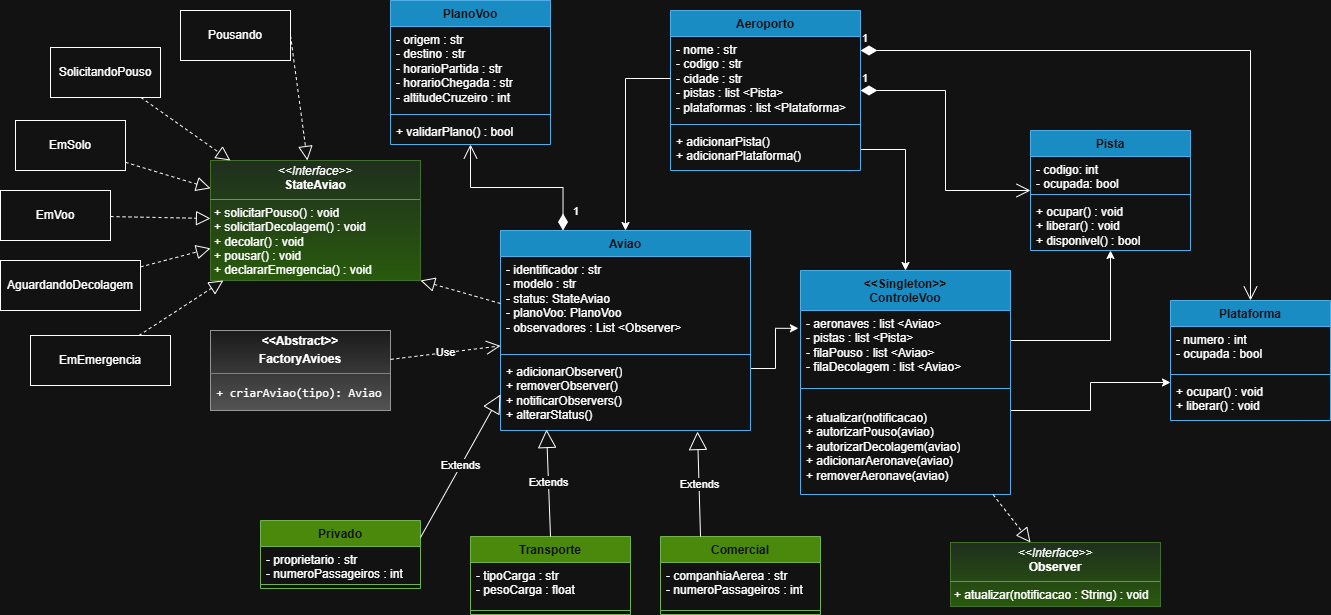
Before: docs/uml.png, a diagram exported from draw.io (Rafael-Dpaula/Sistema-de-Gerenciamento-de-Trafego-Aeroportuario). Source tidied: cells renumbered, new cells last; positions are measured from the earlier drawing's top-left corner, leaving out a move shared by most shapes.
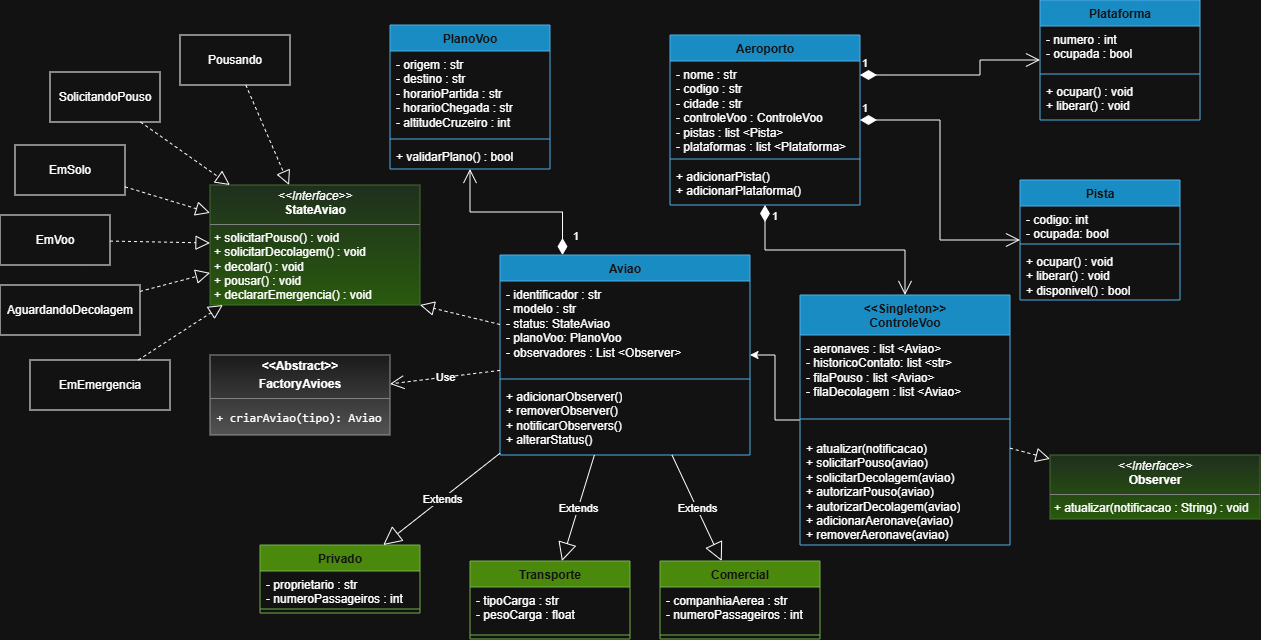
Later version of the same file.

Commit message:
Pequenas mudanças no UML

The edit, as a diff of the source:
```diff
@@ -4,20 +4,14 @@
     <mxCell id="1" parent="0" />
-    <mxCell id="2" style="edgeStyle=orthogonalEdgeStyle;rounded=0;jettySize=auto;html=1;entryX=0.5;entryY=0;entryDx=0;entryDy=0;exitX=1;exitY=0.5;exitDx=0;exitDy=0;" parent="1" edge="1" source="6" target="18">
-      <mxGeometry relative="1" as="geometry" />
-    </mxCell>
     <mxCell id="3" value="Aeroporto&lt;div&gt;&lt;br&gt;&lt;/div&gt;" style="swimlane;fontStyle=1;align=center;verticalAlign=top;horizontal=1;startSize=26;whiteSpace=wrap;html=1;fillColor=#1ba1e2;fontColor=#ffffff;strokeColor=#006EAF;" parent="1" vertex="1">
-      <mxGeometry x="670" y="10" width="190" height="160" as="geometry" />
+      <mxGeometry x="670" y="10" width="190" height="170" as="geometry" />
     </mxCell>
-    <mxCell id="4" value="&lt;div&gt;- nome : str&lt;/div&gt;&lt;div&gt;- codigo : str&lt;/div&gt;&lt;div&gt;- cidade : str&lt;/div&gt;&lt;div&gt;- pistas : list &amp;lt;Pista&amp;gt;&lt;/div&gt;&lt;div&gt;- plataformas : list &amp;lt;Plataforma&amp;gt;&lt;/div&gt;" style="text;strokeColor=none;fillColor=none;align=left;verticalAlign=top;spacingLeft=4;spacingRight=4;overflow=hidden;points=[[0,0.5],[1,0.5]];portConstraint=eastwest;whiteSpace=wrap;html=1;" parent="3" vertex="1">
-      <mxGeometry y="26" width="190" height="84" as="geometry" />
-    </mxCell>
-    <mxCell id="5" style="line;strokeWidth=1;fillColor=none;align=left;verticalAlign=middle;spacingTop=-1;spacingLeft=3;spacingRight=3;labelPosition=right;strokeColor=inherit;" parent="3" vertex="1">
-      <mxGeometry y="110" width="190" height="8" as="geometry" />
-    </mxCell>
+    <mxCell id="64" value="&lt;div&gt;- nome : str&lt;/div&gt;&lt;div&gt;- codigo : str&lt;/div&gt;&lt;div&gt;- cidade : str&lt;/div&gt;&lt;div&gt;- controleVoo : ControleVoo&lt;/div&gt;&lt;div&gt;- pistas : list &amp;lt;Pista&amp;gt;&lt;/div&gt;&lt;div&gt;- plataformas : list &amp;lt;Plataforma&amp;gt;&lt;/div&gt;" style="text;strokeColor=none;fillColor=none;align=left;verticalAlign=top;spacingLeft=4;spacingRight=4;overflow=hidden;whiteSpace=wrap;html=1;" parent="3" vertex="1">
+      <mxGeometry y="26" width="190" height="94" as="geometry" />
+    </mxCell>
+    <mxCell id="65" style="line;strokeWidth=1;fillColor=none;align=left;verticalAlign=middle;spacingTop=-1;spacingLeft=3;spacingRight=3;labelPosition=right;strokeColor=inherit;" parent="3" vertex="1">
+      <mxGeometry y="120" width="190" height="8" as="geometry" />
+    </mxCell>
     <mxCell id="6" value="&lt;div&gt;+ adicionarPista()&lt;/div&gt;&lt;div&gt;+ adicionarPlataforma()&lt;/div&gt;" style="text;strokeColor=none;fillColor=none;align=left;verticalAlign=top;spacingLeft=4;spacingRight=4;overflow=hidden;points=[[0,0.5],[1,0.5]];portConstraint=eastwest;whiteSpace=wrap;html=1;" parent="3" vertex="1">
-      <mxGeometry y="118" width="190" height="42" as="geometry" />
+      <mxGeometry y="128" width="190" height="42" as="geometry" />
     </mxCell>
-    <mxCell id="7" style="edgeStyle=orthogonalEdgeStyle;rounded=0;jettySize=auto;html=1;exitX=1;exitY=0.139;exitDx=0;exitDy=0;exitPerimeter=0;entryX=-0.01;entryY=0.241;entryDx=0;entryDy=0;entryPerimeter=0;" parent="1" edge="1" source="11" target="19">
-      <mxGeometry relative="1" as="geometry" />
-    </mxCell>
     <mxCell id="8" value="Aviao&lt;div&gt;&lt;br&gt;&lt;/div&gt;" style="swimlane;fontStyle=1;align=center;verticalAlign=top;horizontal=1;startSize=26;whiteSpace=wrap;html=1;fillColor=#1ba1e2;fontColor=#ffffff;strokeColor=#006EAF;" parent="1" vertex="1">
@@ -46,29 +40,17 @@
     </mxCell>
-    <mxCell id="16" style="edgeStyle=orthogonalEdgeStyle;rounded=0;jettySize=auto;html=1;" parent="1" edge="1" source="18" target="41">
-      <mxGeometry relative="1" as="geometry">
-        <Array as="points">
-          <mxPoint x="1110" y="340" />
-        </Array>
-      </mxGeometry>
-    </mxCell>
-    <mxCell id="17" style="edgeStyle=orthogonalEdgeStyle;rounded=0;jettySize=auto;html=1;" parent="1" edge="1" source="18" target="35">
-      <mxGeometry relative="1" as="geometry">
-        <Array as="points">
-          <mxPoint x="1090" y="410" />
-          <mxPoint x="1090" y="382" />
-        </Array>
-      </mxGeometry>
-    </mxCell>
+    <mxCell id="66" style="edgeStyle=orthogonalEdgeStyle;rounded=0;jettySize=auto;html=1;" parent="1" edge="1" source="18" target="8">
+      <mxGeometry relative="1" as="geometry" />
+    </mxCell>
     <mxCell id="18" value="&lt;div&gt;&amp;lt;&amp;lt;Singleton&amp;gt;&amp;gt;&lt;/div&gt;&lt;div&gt;ControleVoo&lt;/div&gt;" style="swimlane;fontStyle=1;align=center;verticalAlign=top;horizontal=1;startSize=40;whiteSpace=wrap;html=1;fillColor=#1ba1e2;fontColor=#ffffff;strokeColor=#006EAF;" parent="1" vertex="1">
-      <mxGeometry x="800" y="270" width="210" height="224" as="geometry" />
+      <mxGeometry x="800" y="270" width="210" height="250" as="geometry" />
     </mxCell>
-    <mxCell id="19" value="&lt;div&gt;- aeronaves : list &amp;lt;Aviao&amp;gt;&lt;/div&gt;&lt;div&gt;- pistas : list &amp;lt;Pista&amp;gt;&lt;/div&gt;&lt;div&gt;- filaPouso : list &amp;lt;Aviao&amp;gt;&lt;/div&gt;&lt;div&gt;- filaDecolagem : list &amp;lt;Aviao&amp;gt;&lt;/div&gt;" style="text;strokeColor=none;fillColor=none;align=left;verticalAlign=top;spacingLeft=4;spacingRight=4;overflow=hidden;points=[[0,0.5],[1,0.5]];portConstraint=eastwest;whiteSpace=wrap;html=1;" parent="18" vertex="1">
-      <mxGeometry y="40" width="210" height="74" as="geometry" />
-    </mxCell>
-    <mxCell id="20" style="line;strokeWidth=1;fillColor=none;align=left;verticalAlign=middle;spacingTop=-1;spacingLeft=3;spacingRight=3;labelPosition=right;strokeColor=inherit;" parent="18" vertex="1">
-      <mxGeometry y="114" width="210" height="8" as="geometry" />
-    </mxCell>
-    <mxCell id="21" value="&lt;pre class=&quot;overflow-visible! px-0!&quot;&gt;&lt;div class=&quot;relative w-full mt-4 mb-1&quot;&gt;&lt;div class=&quot;&quot;&gt;&lt;div class=&quot;relative&quot;&gt;&lt;div class=&quot;h-full min-h-0 min-w-0&quot;&gt;&lt;div class=&quot;h-full min-h-0 min-w-0&quot;&gt;&lt;div class=&quot;border border-token-border-light border-radius-3xl corner-superellipse/1.1 rounded-3xl&quot;&gt;&lt;div class=&quot;h-full w-full border-radius-3xl bg-token-bg-elevated-secondary corner-superellipse/1.1 overflow-clip rounded-3xl lxnfua_clipPathFallback&quot;&gt;&lt;div class=&quot;relative&quot;&gt;&lt;div class=&quot;pe-11 pt-3&quot;&gt;&lt;div class=&quot;relative z-0 flex max-w-full&quot;&gt;&lt;div id=&quot;code-block-viewer&quot; dir=&quot;ltr&quot; class=&quot;q9tKkq_viewer cm-editor z-10 light:cm-light dark:cm-light flex h-full w-full flex-col items-stretch ͼs ͼ16&quot;&gt;&lt;div class=&quot;cm-scroller&quot;&gt;&lt;pre class=&quot;cm-content q9tKkq_readonly m-0&quot;&gt;&lt;font face=&quot;Helvetica&quot;&gt;+ atualizar(notificacao)&lt;br/&gt;+ autorizarPouso(aviao)&lt;br/&gt;+ autorizarDecolagem(aviao)&lt;br/&gt;+ adicionarAeronave(aviao)&lt;br/&gt;+ removerAeronave(aviao)&lt;/font&gt;&lt;/pre&gt;&lt;/div&gt;&lt;/div&gt;&lt;/div&gt;&lt;/div&gt;&lt;/div&gt;&lt;/div&gt;&lt;/div&gt;&lt;/div&gt;&lt;/div&gt;&lt;/div&gt;&lt;/div&gt;&lt;/div&gt;&lt;/pre&gt;" style="text;strokeColor=none;fillColor=none;align=left;verticalAlign=top;spacingLeft=4;spacingRight=4;overflow=hidden;whiteSpace=wrap;html=1;" parent="18" vertex="1">
-      <mxGeometry y="122" width="210" height="102" as="geometry" />
-    </mxCell>
+    <mxCell id="67" value="&lt;div&gt;&lt;span style=&quot;background-color: transparent; color: light-dark(rgb(0, 0, 0), rgb(255, 255, 255));&quot;&gt;- aeronaves : list &amp;lt;Aviao&amp;gt;&lt;/span&gt;&lt;/div&gt;&lt;div&gt;- historicoContato: list &amp;lt;str&amp;gt;&lt;/div&gt;&lt;div&gt;- filaPouso : list &amp;lt;Aviao&amp;gt;&lt;/div&gt;&lt;div&gt;- filaDecolagem : list &amp;lt;Aviao&amp;gt;&lt;/div&gt;" style="text;strokeColor=none;fillColor=none;align=left;verticalAlign=top;spacingLeft=4;spacingRight=4;overflow=hidden;whiteSpace=wrap;html=1;" parent="18" vertex="1">
+      <mxGeometry y="40" width="210" height="80" as="geometry" />
+    </mxCell>
+    <mxCell id="68" style="line;strokeWidth=1;fillColor=none;align=left;verticalAlign=middle;spacingTop=-1;spacingLeft=3;spacingRight=3;labelPosition=right;strokeColor=inherit;" parent="18" vertex="1">
+      <mxGeometry y="120" width="210" height="8" as="geometry" />
+    </mxCell>
+    <mxCell id="69" value="&lt;pre class=&quot;overflow-visible! px-0!&quot;&gt;&lt;div class=&quot;relative w-full mt-4 mb-1&quot;&gt;&lt;div class=&quot;&quot;&gt;&lt;div class=&quot;relative&quot;&gt;&lt;div class=&quot;h-full min-h-0 min-w-0&quot;&gt;&lt;div class=&quot;h-full min-h-0 min-w-0&quot;&gt;&lt;div class=&quot;border border-token-border-light border-radius-3xl corner-superellipse/1.1 rounded-3xl&quot;&gt;&lt;div class=&quot;h-full w-full border-radius-3xl bg-token-bg-elevated-secondary corner-superellipse/1.1 overflow-clip rounded-3xl lxnfua_clipPathFallback&quot;&gt;&lt;div class=&quot;relative&quot;&gt;&lt;div class=&quot;pe-11 pt-3&quot;&gt;&lt;div class=&quot;relative z-0 flex max-w-full&quot;&gt;&lt;div id=&quot;code-block-viewer&quot; dir=&quot;ltr&quot; class=&quot;q9tKkq_viewer cm-editor z-10 light:cm-light dark:cm-light flex h-full w-full flex-col items-stretch ͼs ͼ16&quot;&gt;&lt;div class=&quot;cm-scroller&quot;&gt;&lt;pre class=&quot;cm-content q9tKkq_readonly m-0&quot;&gt;&lt;font face=&quot;Helvetica&quot;&gt;+ atualizar(notificacao)&lt;br&gt;+ solicitarPouso(aviao)&lt;br&gt;+ solicitarDecolagem(aviao)&lt;br&gt;+ autorizarPouso(aviao)&lt;br&gt;+ autorizarDecolagem(aviao)&lt;br&gt;+ adicionarAeronave(aviao)&lt;br&gt;+ removerAeronave(aviao)&lt;/font&gt;&lt;/pre&gt;&lt;/div&gt;&lt;/div&gt;&lt;/div&gt;&lt;/div&gt;&lt;/div&gt;&lt;/div&gt;&lt;/div&gt;&lt;/div&gt;&lt;/div&gt;&lt;/div&gt;&lt;/div&gt;&lt;/div&gt;&lt;/pre&gt;" style="text;strokeColor=none;fillColor=none;align=left;verticalAlign=top;spacingLeft=4;spacingRight=4;overflow=hidden;whiteSpace=wrap;html=1;" parent="18" vertex="1">
+      <mxGeometry y="128" width="210" height="122" as="geometry" />
+    </mxCell>
     <mxCell id="22" value="Comercial" style="swimlane;fontStyle=1;align=center;verticalAlign=top;horizontal=1;startSize=26;whiteSpace=wrap;html=1;fillColor=#60a917;fontColor=#ffffff;strokeColor=#2D7600;" parent="1" vertex="1">
@@ -79,8 +61,5 @@
     </mxCell>
-    <mxCell id="24" style="line;strokeWidth=1;fillColor=none;align=left;verticalAlign=middle;spacingTop=-1;spacingLeft=3;spacingRight=3;labelPosition=right;strokeColor=inherit;" parent="22" vertex="1">
-      <mxGeometry y="70" width="160" height="8" as="geometry" />
-    </mxCell>
-    <mxCell id="25" style="edgeStyle=orthogonalEdgeStyle;rounded=0;jettySize=auto;html=1;entryX=0.5;entryY=0;entryDx=0;entryDy=0;" parent="1" edge="1" source="4" target="8">
-      <mxGeometry relative="1" as="geometry" />
-    </mxCell>
+    <mxCell id="70" style="line;strokeWidth=1;fillColor=none;align=left;verticalAlign=middle;spacingTop=-1;spacingLeft=3;spacingRight=3;labelPosition=right;strokeColor=inherit;" parent="22" vertex="1">
+      <mxGeometry y="70" width="160" height="8" as="geometry" />
+    </mxCell>
     <mxCell id="26" value="Privado" style="swimlane;fontStyle=1;align=center;verticalAlign=top;horizontal=1;startSize=26;whiteSpace=wrap;html=1;fillColor=#60a917;fontColor=#ffffff;strokeColor=#2D7600;" parent="1" vertex="1">
@@ -91,5 +70,5 @@
     </mxCell>
-    <mxCell id="28" style="line;strokeWidth=1;fillColor=none;align=left;verticalAlign=middle;spacingTop=-1;spacingLeft=3;spacingRight=3;labelPosition=right;strokeColor=inherit;" parent="26" vertex="1">
-      <mxGeometry y="60" width="160" height="8" as="geometry" />
-    </mxCell>
+    <mxCell id="71" style="line;strokeWidth=1;fillColor=none;align=left;verticalAlign=middle;spacingTop=-1;spacingLeft=3;spacingRight=3;labelPosition=right;strokeColor=inherit;" parent="26" vertex="1">
+      <mxGeometry y="60" width="160" height="8" as="geometry" />
+    </mxCell>
     <mxCell id="29" value="Transporte" style="swimlane;fontStyle=1;align=center;verticalAlign=top;horizontal=1;startSize=26;whiteSpace=wrap;html=1;fillColor=#60a917;fontColor=#ffffff;strokeColor=#2D7600;" parent="1" vertex="1">
@@ -100,16 +79,16 @@
     </mxCell>
-    <mxCell id="31" style="line;strokeWidth=1;fillColor=none;align=left;verticalAlign=middle;spacingTop=-1;spacingLeft=3;spacingRight=3;labelPosition=right;strokeColor=inherit;" parent="29" vertex="1">
-      <mxGeometry y="70" width="160" height="8" as="geometry" />
-    </mxCell>
-    <mxCell id="32" value="Extends" style="endArrow=block;endSize=16;endFill=0;html=1;rounded=0;entryX=0;entryY=0.5;entryDx=0;entryDy=0;exitX=1;exitY=0.25;exitDx=0;exitDy=0;" parent="1" edge="1" source="26" target="11">
-      <mxGeometry relative="1" as="geometry" />
-    </mxCell>
-    <mxCell id="33" value="Extends" style="endArrow=block;endSize=16;endFill=0;html=1;rounded=0;entryX=0.788;entryY=1.014;entryDx=0;entryDy=0;entryPerimeter=0;exitX=0.25;exitY=0;exitDx=0;exitDy=0;" parent="1" edge="1" source="22" target="11">
-      <mxGeometry relative="1" as="geometry" />
-    </mxCell>
-    <mxCell id="34" value="Extends" style="endArrow=block;endSize=16;endFill=0;html=1;rounded=0;exitX=0.5;exitY=0;exitDx=0;exitDy=0;entryX=0.184;entryY=0.986;entryDx=0;entryDy=0;entryPerimeter=0;" parent="1" edge="1" source="29" target="11">
-      <mxGeometry relative="1" as="geometry" />
-    </mxCell>
+    <mxCell id="72" style="line;strokeWidth=1;fillColor=none;align=left;verticalAlign=middle;spacingTop=-1;spacingLeft=3;spacingRight=3;labelPosition=right;strokeColor=inherit;" parent="29" vertex="1">
+      <mxGeometry y="70" width="160" height="8" as="geometry" />
+    </mxCell>
+    <mxCell id="73" value="Extends" style="endArrow=block;endSize=16;endFill=0;html=1;rounded=0;" parent="1" edge="1" source="8" target="26">
+      <mxGeometry relative="1" as="geometry" />
+    </mxCell>
+    <mxCell id="74" value="Extends" style="endArrow=block;endSize=16;endFill=0;html=1;rounded=0;" parent="1" edge="1" source="8" target="22">
+      <mxGeometry relative="1" as="geometry" />
+    </mxCell>
+    <mxCell id="75" value="Extends" style="endArrow=block;endSize=16;endFill=0;html=1;rounded=0;" parent="1" edge="1" source="8" target="29">
+      <mxGeometry relative="1" as="geometry" />
+    </mxCell>
     <mxCell id="35" value="Plataforma" style="swimlane;fontStyle=1;align=center;verticalAlign=top;horizontal=1;startSize=26;whiteSpace=wrap;html=1;fillColor=#1ba1e2;fontColor=#ffffff;strokeColor=#006EAF;" parent="1" vertex="1">
-      <mxGeometry x="1170" y="300" width="160" height="120" as="geometry" />
+      <mxGeometry x="1040" y="-25" width="160" height="120" as="geometry" />
     </mxCell>
@@ -118,5 +97,5 @@
     </mxCell>
-    <mxCell id="37" style="line;strokeWidth=1;fillColor=none;align=left;verticalAlign=middle;spacingTop=-1;spacingLeft=3;spacingRight=3;labelPosition=right;strokeColor=inherit;" parent="35" vertex="1">
-      <mxGeometry y="70" width="160" height="8" as="geometry" />
-    </mxCell>
+    <mxCell id="76" style="line;strokeWidth=1;fillColor=none;align=left;verticalAlign=middle;spacingTop=-1;spacingLeft=3;spacingRight=3;labelPosition=right;strokeColor=inherit;" parent="35" vertex="1">
+      <mxGeometry y="70" width="160" height="8" as="geometry" />
+    </mxCell>
     <mxCell id="38" value="&lt;div&gt;+ ocupar() : void&lt;/div&gt;&lt;div&gt;+ liberar() : void&lt;/div&gt;" style="text;strokeColor=none;fillColor=none;align=left;verticalAlign=top;spacingLeft=4;spacingRight=4;overflow=hidden;whiteSpace=wrap;html=1;" parent="35" vertex="1">
@@ -125,3 +104,3 @@
     <mxCell id="39" value="&lt;p style=&quot;margin:0px;margin-top:4px;text-align:center;&quot;&gt;&lt;i&gt;&amp;lt;&amp;lt;Interface&amp;gt;&amp;gt;&lt;/i&gt;&lt;br&gt;&lt;b&gt;Observer&lt;/b&gt;&lt;/p&gt;&lt;hr size=&quot;1&quot; style=&quot;border-style:solid;&quot;&gt;&lt;p style=&quot;margin:0px;margin-left:4px;&quot;&gt;+ atualizar(notificacao : String) : void&lt;/p&gt;" style="verticalAlign=top;align=left;overflow=fill;html=1;whiteSpace=wrap;fillColor=#d5e8d4;strokeColor=#82b366;gradientColor=#97d077;" parent="1" vertex="1">
-      <mxGeometry x="950" y="542" width="210" height="64" as="geometry" />
+      <mxGeometry x="1050" y="430" width="210" height="64" as="geometry" />
     </mxCell>
@@ -131,3 +110,3 @@
     <mxCell id="41" value="Pista" style="swimlane;fontStyle=1;align=center;verticalAlign=top;horizontal=1;startSize=26;whiteSpace=wrap;html=1;fillColor=#1ba1e2;fontColor=#ffffff;strokeColor=#006EAF;" parent="1" vertex="1">
-      <mxGeometry x="1030" y="130" width="160" height="120" as="geometry" />
+      <mxGeometry x="1020" y="155" width="160" height="120" as="geometry" />
     </mxCell>
@@ -136,5 +115,5 @@
     </mxCell>
-    <mxCell id="43" style="line;strokeWidth=1;fillColor=none;align=left;verticalAlign=middle;spacingTop=-1;spacingLeft=3;spacingRight=3;labelPosition=right;strokeColor=inherit;" parent="41" vertex="1">
-      <mxGeometry y="60" width="160" height="8" as="geometry" />
-    </mxCell>
+    <mxCell id="77" style="line;strokeWidth=1;fillColor=none;align=left;verticalAlign=middle;spacingTop=-1;spacingLeft=3;spacingRight=3;labelPosition=right;strokeColor=inherit;" parent="41" vertex="1">
+      <mxGeometry y="60" width="160" height="8" as="geometry" />
+    </mxCell>
     <mxCell id="44" value="&lt;div&gt;+ ocupar() : void&lt;/div&gt;&lt;div&gt;+ liberar() : void&lt;/div&gt;&lt;div&gt;+ disponivel() : bool&lt;/div&gt;" style="text;strokeColor=none;fillColor=none;align=left;verticalAlign=top;spacingLeft=4;spacingRight=4;overflow=hidden;whiteSpace=wrap;html=1;" parent="41" vertex="1">
@@ -145,5 +124,5 @@
     </mxCell>
-    <mxCell id="46" style="endArrow=block;dashed=1;endFill=0;endSize=12;html=1;rounded=0;entryX=1;entryY=1;entryDx=0;entryDy=0;exitX=0;exitY=0.5;exitDx=0;exitDy=0;" parent="1" edge="1" source="9" target="45">
-      <mxGeometry relative="1" as="geometry" />
-    </mxCell>
+    <mxCell id="78" style="endArrow=block;dashed=1;endFill=0;endSize=12;html=1;rounded=0;entryX=1;entryY=1;entryDx=0;entryDy=0;" parent="1" edge="1" source="8" target="45">
+      <mxGeometry relative="1" as="geometry" />
+    </mxCell>
     <mxCell id="47" value="Pousando" style="html=1;whiteSpace=wrap;" parent="1" vertex="1">
@@ -165,3 +144,3 @@
     </mxCell>
-    <mxCell id="52" style="endArrow=block;dashed=1;endFill=0;endSize=12;html=1;rounded=0;exitX=1;exitY=0.5;exitDx=0;exitDy=0;" parent="1" edge="1" source="47" target="45">
+    <mxCell id="52" style="endArrow=block;dashed=1;endFill=0;endSize=12;html=1;rounded=0;" parent="1" edge="1" source="47" target="45">
       <mxGeometry relative="1" as="geometry" />
@@ -186,3 +165,3 @@
     </mxCell>
-    <mxCell id="59" value="Use" style="endArrow=open;endSize=12;dashed=1;html=1;rounded=0;" parent="1" edge="1" source="58" target="8">
+    <mxCell id="59" value="Use" style="endArrow=open;endSize=12;dashed=1;html=1;rounded=0;" parent="1" edge="1" source="8" target="58">
       <mxGeometry relative="1" as="geometry" />
@@ -195,3 +174,3 @@
         <Array as="points">
-          <mxPoint x="1250" y="50" />
+          <mxPoint x="980" y="50" />
         </Array>
@@ -205,2 +184,5 @@
     </mxCell>
+    <mxCell id="79" value="1" style="endArrow=open;html=1;endSize=12;startArrow=diamondThin;startSize=14;startFill=1;edgeStyle=orthogonalEdgeStyle;align=left;verticalAlign=bottom;rounded=0;" parent="1" edge="1" source="3" target="18">
+      <mxGeometry x="-0.83" y="5" relative="1" as="geometry" />
+    </mxCell>
   </root>
```
